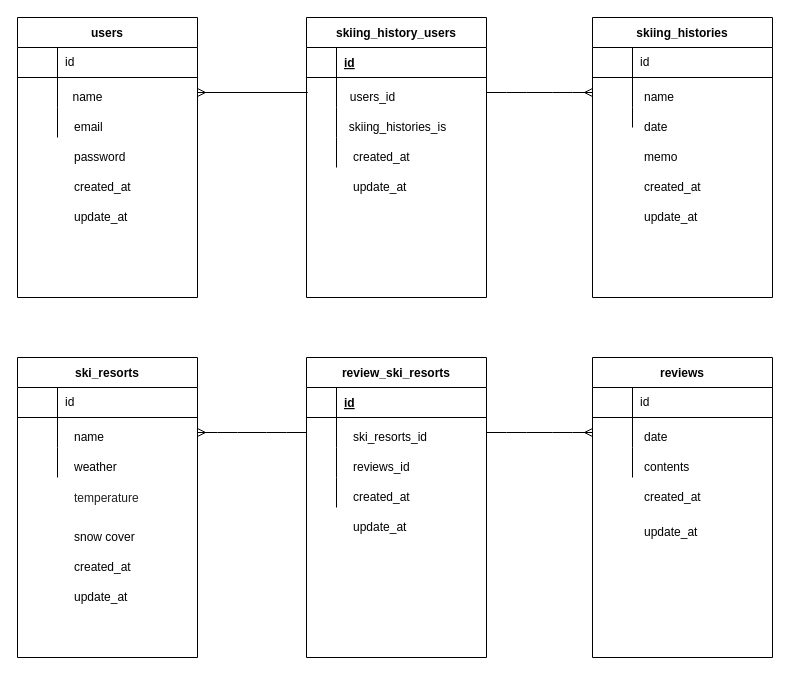
The draw.io diagram er_diagram.drawio in funa074/snow-man, before the edit. Source tidied: cells renumbered, new cells numbered last; positions are measured from the earlier drawing's top-left corner, leaving out a move shared by most shapes. Both pictures are drawn from the tidied source at 100%, with x=0, y=0 at pixel (17, 17).
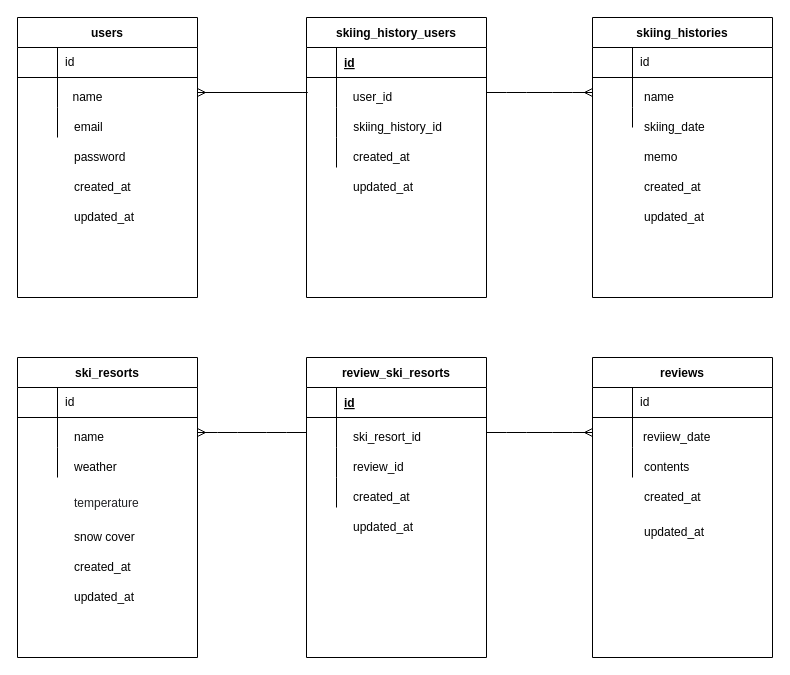
The same page after the edit.

Commit message (it also covers changes not shown here):
設定の編集をしました。

Diff of the diagram source:
```diff
@@
-    <mxCell id="44" value="update_at" style="text;html=1;align=left;verticalAlign=middle;strokeColor=none;fontColor=#000000;" parent="1" vertex="1">
-      <mxGeometry x="55" y="190" width="70" height="20" as="geometry" />
+    <mxCell id="44" value="updated_at" style="text;html=1;align=left;verticalAlign=middle;strokeColor=none;fontColor=#000000;" parent="1" vertex="1">
+      <mxGeometry x="55" y="190" width="80" height="20" as="geometry" />
     </mxCell>
@@
-    <mxCell id="47" value="&lt;span&gt;update_at&lt;/span&gt;" style="text;html=1;align=left;verticalAlign=middle;strokeColor=none;fontColor=#000000;" parent="1" vertex="1">
-      <mxGeometry x="625" y="190" width="70" height="20" as="geometry" />
+    <mxCell id="47" value="&lt;span&gt;updated_at&lt;/span&gt;" style="text;html=1;align=left;verticalAlign=middle;strokeColor=none;fontColor=#000000;" parent="1" vertex="1">
+      <mxGeometry x="625" y="190" width="80" height="20" as="geometry" />
     </mxCell>
@@
     <mxCell id="50" value="&lt;pre class=&quot;tw-data-text tw-text-large XcVN5d tw-ta&quot; id=&quot;tw-target-text&quot; style=&quot;line-height: 36px ; border: none ; padding: 2px 0.14em 2px 0px ; position: relative ; margin-top: -2px ; margin-bottom: -2px ; resize: none ; font-family: inherit ; overflow: hidden ; width: 270px ; overflow-wrap: break-word ; color: rgb(32 , 33 , 36)&quot;&gt;&lt;span class=&quot;Y2IQFc&quot; lang=&quot;en&quot;&gt;&lt;font style=&quot;font-size: 12px&quot;&gt;temperature&lt;/font&gt;&lt;/span&gt;&lt;/pre&gt;" style="text;html=1;align=left;verticalAlign=middle;strokeColor=none;fontColor=#000000;" parent="1" vertex="1">
-      <mxGeometry x="55" y="460" width="290" height="40" as="geometry" />
+      <mxGeometry x="55" y="465" width="290" height="40" as="geometry" />
     </mxCell>
@@
-    <mxCell id="53" value="date" style="text;html=1;align=left;verticalAlign=middle;strokeColor=none;fontColor=#000000;" parent="1" vertex="1">
-      <mxGeometry x="625" y="100" width="40" height="20" as="geometry" />
+    <mxCell id="53" value="skiing_date" style="text;html=1;align=left;verticalAlign=middle;strokeColor=none;fontColor=#000000;" parent="1" vertex="1">
+      <mxGeometry x="625" y="100" width="80" height="20" as="geometry" />
     </mxCell>
@@
-    <mxCell id="57" value="update_at" style="text;html=1;align=left;verticalAlign=middle;strokeColor=none;fontColor=#000000;" parent="1" vertex="1">
-      <mxGeometry x="55" y="570" width="70" height="20" as="geometry" />
+    <mxCell id="57" value="updated_at" style="text;html=1;align=left;verticalAlign=middle;strokeColor=none;fontColor=#000000;" parent="1" vertex="1">
+      <mxGeometry x="55" y="570" width="80" height="20" as="geometry" />
     </mxCell>
-    <mxCell id="58" value="date" style="text;html=1;align=left;verticalAlign=middle;strokeColor=none;fontColor=#000000;" parent="1" vertex="1">
-      <mxGeometry x="625" y="410" width="40" height="20" as="geometry" />
+    <mxCell id="58" value="reviiew_date" style="text;html=1;align=left;verticalAlign=middle;strokeColor=none;fontColor=#000000;" parent="1" vertex="1">
+      <mxGeometry x="624" y="410" width="80" height="20" as="geometry" />
     </mxCell>
@@
-    <mxCell id="61" value="update_at" style="text;html=1;align=left;verticalAlign=middle;strokeColor=none;fontColor=#000000;" parent="1" vertex="1">
-      <mxGeometry x="625" y="505" width="70" height="20" as="geometry" />
+    <mxCell id="61" value="updated_at" style="text;html=1;align=left;verticalAlign=middle;strokeColor=none;fontColor=#000000;" parent="1" vertex="1">
+      <mxGeometry x="625" y="505" width="80" height="20" as="geometry" />
     </mxCell>
@@
-    <mxCell id="75" value="users_id" style="text;html=1;align=center;verticalAlign=middle;strokeColor=none;" parent="1" vertex="1">
-      <mxGeometry x="325" y="70" width="60" height="20" as="geometry" />
+    <mxCell id="75" value="user_id" style="text;html=1;align=center;verticalAlign=middle;strokeColor=none;" parent="1" vertex="1">
+      <mxGeometry x="330" y="70" width="50" height="20" as="geometry" />
     </mxCell>
@@
-    <mxCell id="91" value="ski_resorts_id" style="text;html=1;align=left;verticalAlign=middle;strokeColor=none;" parent="1" vertex="1">
-      <mxGeometry x="334" y="410" width="90" height="20" as="geometry" />
+    <mxCell id="91" value="ski_resort_id" style="text;html=1;align=left;verticalAlign=middle;strokeColor=none;" parent="1" vertex="1">
+      <mxGeometry x="334" y="410" width="80" height="20" as="geometry" />
     </mxCell>
-    <mxCell id="92" value="skiing_histories_is" style="text;html=1;align=center;verticalAlign=middle;strokeColor=none;" parent="1" vertex="1">
-      <mxGeometry x="325" y="100" width="110" height="20" as="geometry" />
+    <mxCell id="92" value="skiing_history_id" style="text;html=1;align=center;verticalAlign=middle;strokeColor=none;" parent="1" vertex="1">
+      <mxGeometry x="330" y="100" width="100" height="20" as="geometry" />
     </mxCell>
-    <mxCell id="93" value="reviews_id" style="text;html=1;align=left;verticalAlign=middle;strokeColor=none;" parent="1" vertex="1">
+    <mxCell id="93" value="review_id" style="text;html=1;align=left;verticalAlign=middle;strokeColor=none;" parent="1" vertex="1">
       <mxGeometry x="334" y="440" width="70" height="20" as="geometry" />
     </mxCell>
@@
-    <mxCell id="95" value="&lt;span&gt;update_at&lt;/span&gt;" style="text;html=1;align=left;verticalAlign=middle;strokeColor=none;fontColor=#000000;" parent="1" vertex="1">
-      <mxGeometry x="334" y="160" width="70" height="20" as="geometry" />
+    <mxCell id="95" value="&lt;span&gt;updated_at&lt;/span&gt;" style="text;html=1;align=left;verticalAlign=middle;strokeColor=none;fontColor=#000000;" parent="1" vertex="1">
+      <mxGeometry x="334" y="160" width="80" height="20" as="geometry" />
     </mxCell>
@@
-    <mxCell id="97" value="&lt;span&gt;update_at&lt;/span&gt;" style="text;html=1;align=left;verticalAlign=middle;strokeColor=none;fontColor=#000000;" parent="1" vertex="1">
-      <mxGeometry x="334" y="500" width="70" height="20" as="geometry" />
+    <mxCell id="97" value="&lt;span&gt;updated_at&lt;/span&gt;" style="text;html=1;align=left;verticalAlign=middle;strokeColor=none;fontColor=#000000;" parent="1" vertex="1">
+      <mxGeometry x="334" y="500" width="80" height="20" as="geometry" />
     </mxCell>
```
